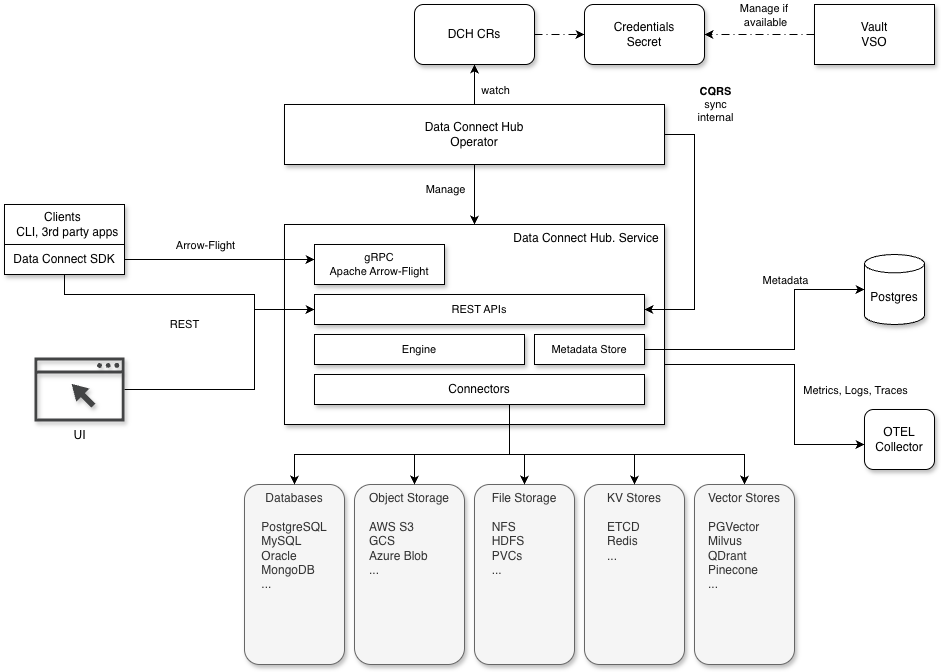
Before: architecture-decision-records/data-connect-hub/images/ADR-0001-img2.png, a diagram exported from draw.io (opendatahub-io/architecture-decision-records). Source tidied: cells renumbered, new cells last; positions are measured from the earlier drawing's top-left corner, leaving out a move shared by most shapes.
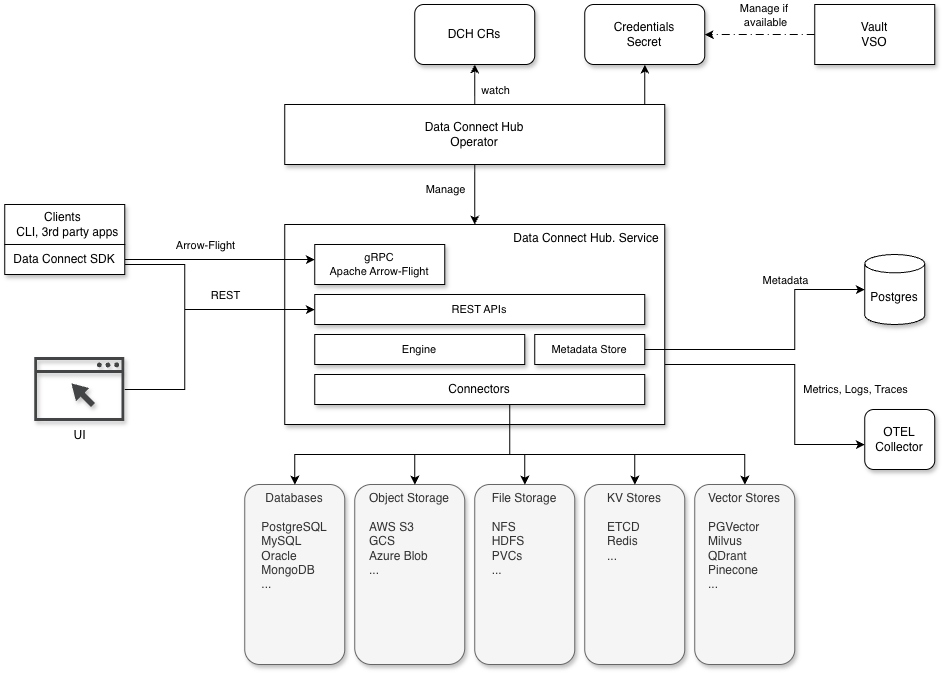
The same file after the commit.

The edit, as a diff of the source:
```diff
@@ -97,15 +97,14 @@
     <mxCell id="20" style="edgeStyle=orthogonalEdgeStyle;rounded=0;jettySize=auto;html=1;" parent="1" edge="1" source="22" target="15">
       <mxGeometry relative="1" as="geometry">
         <Array as="points">
-          <mxPoint x="60" y="290" />
-          <mxPoint x="250" y="290" />
-          <mxPoint x="250" y="305" />
+          <mxPoint x="180.1" y="260" />
+          <mxPoint x="180.1" y="305.1" />
         </Array>
       </mxGeometry>
     </mxCell>
     <mxCell id="21" value="REST" style="edgeLabel;html=1;align=center;verticalAlign=middle;" parent="20" vertex="1">
       <mxGeometry x="0.19" relative="1" as="geometry">
-        <mxPoint x="-30" y="29" as="offset" />
+        <mxPoint x="5" y="-15" as="offset" />
       </mxGeometry>
     </mxCell>
     <mxCell id="22" value="Data Connect SDK" style="rounded=0;whiteSpace=wrap;html=1;shadow=1;" parent="1" vertex="1">
@@ -126,8 +125,8 @@
     <mxCell id="27" style="edgeStyle=orthogonalEdgeStyle;rounded=0;jettySize=auto;html=1;entryX=0;entryY=0.5;entryDx=0;entryDy=0;" parent="1" edge="1" source="28" target="15">
       <mxGeometry relative="1" as="geometry">
         <Array as="points">
-          <mxPoint x="250" y="385" />
-          <mxPoint x="250" y="305" />
+          <mxPoint x="180.1" y="385.1" />
+          <mxPoint x="180.1" y="305.1" />
         </Array>
       </mxGeometry>
     </mxCell>
@@ -142,12 +141,17 @@
         <mxPoint x="21" as="offset" />
       </mxGeometry>
     </mxCell>
+    <mxCell id="45" style="edgeStyle=orthogonalEdgeStyle;rounded=0;jettySize=auto;html=1;" parent="1" edge="1" source="31" target="36">
+      <mxGeometry relative="1" as="geometry">
+        <Array as="points">
+          <mxPoint x="640.1" y="90" />
+          <mxPoint x="640.1" y="90" />
+        </Array>
+      </mxGeometry>
+    </mxCell>
     <mxCell id="31" value="Data Connect Hub&lt;div&gt;Operator&lt;/div&gt;" style="rounded=0;whiteSpace=wrap;html=1;shadow=1;" parent="1" vertex="1">
       <mxGeometry x="280" y="100" width="380" height="60" as="geometry" />
     </mxCell>
-    <mxCell id="32" style="edgeStyle=orthogonalEdgeStyle;rounded=0;jettySize=auto;html=1;dashed=1;dashPattern=8 4 1 4;" parent="1" edge="1" source="33" target="36">
-      <mxGeometry relative="1" as="geometry" />
-    </mxCell>
     <mxCell id="33" value="DCH CRs" style="rounded=1;whiteSpace=wrap;html=1;shadow=1;" parent="1" vertex="1">
       <mxGeometry x="410" width="120" height="60" as="geometry" />
     </mxCell>
@@ -162,19 +166,6 @@
     <mxCell id="36" value="Credentials&lt;div&gt;Secret&lt;/div&gt;" style="rounded=1;whiteSpace=wrap;html=1;shadow=1;" parent="1" vertex="1">
       <mxGeometry x="580" width="120" height="60" as="geometry" />
     </mxCell>
-    <mxCell id="37" style="edgeStyle=orthogonalEdgeStyle;rounded=0;jettySize=auto;html=1;entryX=1;entryY=0.5;entryDx=0;entryDy=0;" parent="1" edge="1" source="31" target="15">
-      <mxGeometry relative="1" as="geometry">
-        <Array as="points">
-          <mxPoint x="690" y="130" />
-          <mxPoint x="690" y="305" />
-        </Array>
-      </mxGeometry>
-    </mxCell>
-    <mxCell id="38" value="&lt;b&gt;CQRS&lt;/b&gt;&lt;div&gt;sync&lt;/div&gt;&lt;div&gt;internal&lt;/div&gt;" style="edgeLabel;html=1;align=center;verticalAlign=middle;" parent="37" vertex="1">
-      <mxGeometry x="-0.19" y="3" relative="1" as="geometry">
-        <mxPoint x="17" y="-105" as="offset" />
-      </mxGeometry>
-    </mxCell>
     <mxCell id="39" style="edgeStyle=orthogonalEdgeStyle;rounded=0;jettySize=auto;html=1;dashed=1;dashPattern=8 4 1 4;" parent="1" edge="1" source="41" target="36">
       <mxGeometry relative="1" as="geometry" />
     </mxCell>
```
